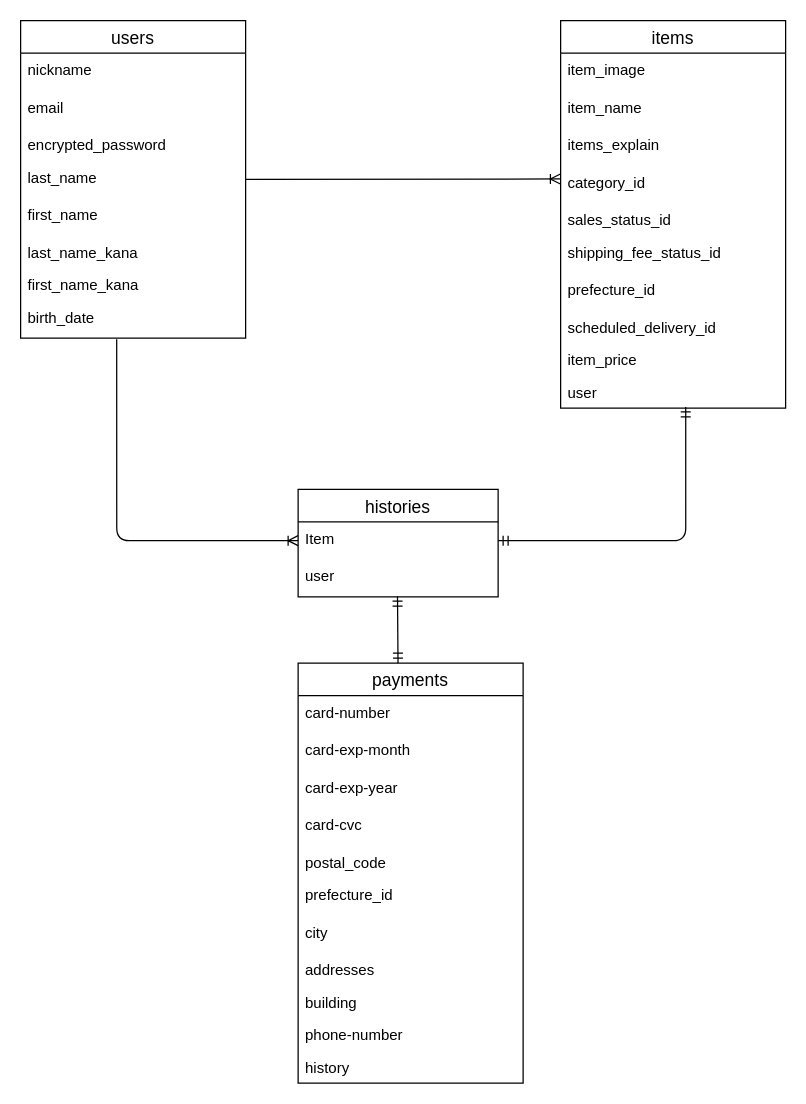
This is ER.dio from RcNgtm/furima-37770, a draw.io file, before an edit. Source tidied: cells renumbered, new cells numbered last; positions are measured from the earlier drawing's top-left corner, leaving out a move shared by most shapes. Both pictures are drawn from the tidied source at 125%, with x=0, y=0 at pixel (20, 20).
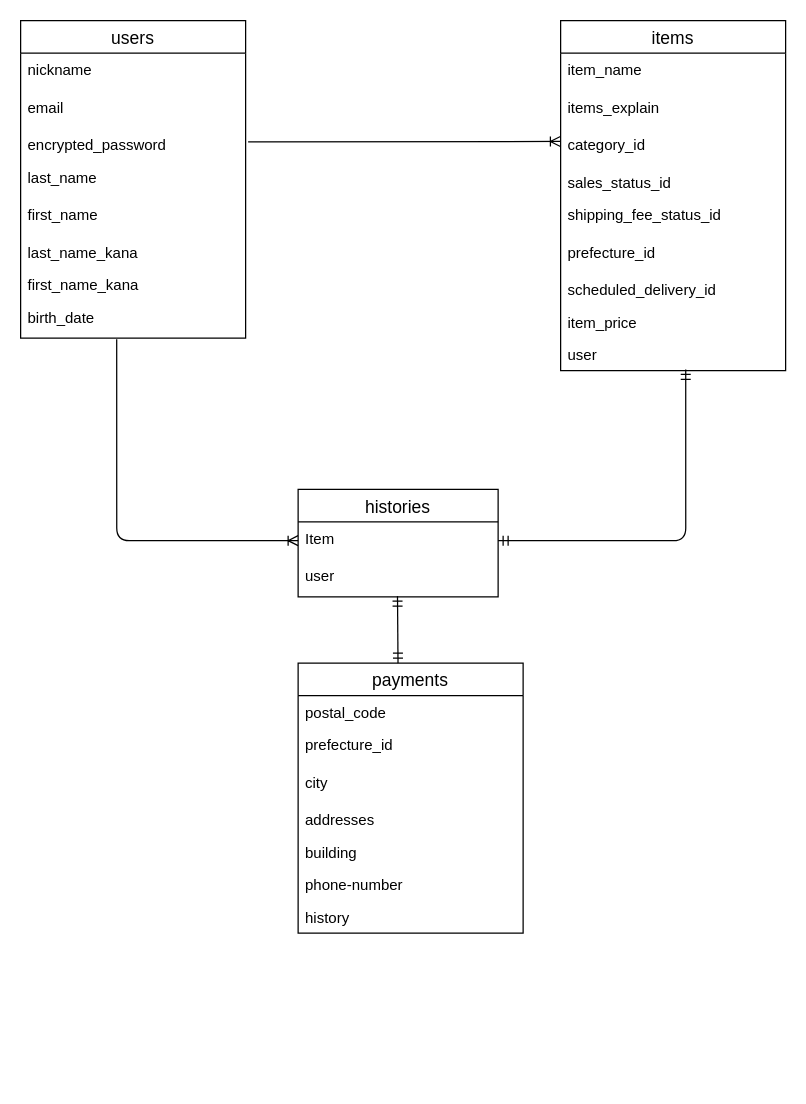
The same diagram, later.

Commit message:
データベース設計の修正③

The change refers to these unchanged cells:
```xml
<mxCell id="6" value="last_name" style="text;strokeColor=none;fillColor=none;spacingLeft=4;spacingRight=4;overflow=hidden;points=[[0,0.5],[1,0.5]];portConstraint=eastwest;fontSize=12;" parent="2" vertex="1">
  <mxGeometry y="112" width="180" height="30" as="geometry" />
</mxCell>
```

Diff of the diagram source:
```diff
@@
     <mxCell id="11" value="items" style="swimlane;fontStyle=0;horizontal=1;startSize=26;align=center;fontSize=14;" parent="1" vertex="1">
-      <mxGeometry x="432" width="180" height="310" as="geometry" />
+      <mxGeometry x="432" width="180" height="280" as="geometry" />
     </mxCell>
-    <mxCell id="12" value="item_image" style="text;strokeColor=none;fillColor=none;spacingLeft=4;spacingRight=4;overflow=hidden;fontSize=12;" parent="11" vertex="1">
-      <mxGeometry y="26" width="180" height="30" as="geometry" />
-    </mxCell>
     <mxCell id="13" value="item_name" style="text;strokeColor=none;fillColor=none;spacingLeft=4;spacingRight=4;overflow=hidden;fontSize=12;" parent="11" vertex="1">
-      <mxGeometry y="56" width="180" height="30" as="geometry" />
+      <mxGeometry y="26" width="180" height="30" as="geometry" />
     </mxCell>
     <mxCell id="14" value="items_explain" style="text;strokeColor=none;fillColor=none;spacingLeft=4;spacingRight=4;overflow=hidden;fontSize=12;" parent="11" vertex="1">
-      <mxGeometry y="86" width="180" height="30" as="geometry" />
+      <mxGeometry y="56" width="180" height="30" as="geometry" />
     </mxCell>
     <mxCell id="15" value="category_id" style="text;strokeColor=none;fillColor=none;spacingLeft=4;spacingRight=4;overflow=hidden;points=[[0,0.5],[1,0.5]];portConstraint=eastwest;fontSize=12;" parent="11" vertex="1">
-      <mxGeometry y="116" width="180" height="30" as="geometry" />
+      <mxGeometry y="86" width="180" height="30" as="geometry" />
     </mxCell>
     <mxCell id="16" value="sales_status_id" style="text;strokeColor=none;fillColor=none;spacingLeft=4;spacingRight=4;overflow=hidden;fontSize=12;" parent="11" vertex="1">
-      <mxGeometry y="146" width="180" height="26" as="geometry" />
+      <mxGeometry y="116" width="180" height="26" as="geometry" />
     </mxCell>
     <mxCell id="17" value="shipping_fee_status_id" style="text;strokeColor=none;fillColor=none;spacingLeft=4;spacingRight=4;overflow=hidden;fontSize=12;" parent="11" vertex="1">
-      <mxGeometry y="172" width="180" height="30" as="geometry" />
+      <mxGeometry y="142" width="180" height="30" as="geometry" />
     </mxCell>
     <mxCell id="18" value="prefecture_id" style="text;strokeColor=none;fillColor=none;spacingLeft=4;spacingRight=4;overflow=hidden;fontSize=12;" parent="11" vertex="1">
-      <mxGeometry y="202" width="180" height="30" as="geometry" />
+      <mxGeometry y="172" width="180" height="30" as="geometry" />
     </mxCell>
     <mxCell id="19" value="scheduled_delivery_id" style="text;strokeColor=none;fillColor=none;spacingLeft=4;spacingRight=4;overflow=hidden;fontSize=12;" parent="11" vertex="1">
-      <mxGeometry y="232" width="180" height="26" as="geometry" />
+      <mxGeometry y="202" width="180" height="26" as="geometry" />
     </mxCell>
     <mxCell id="20" value="item_price" style="text;strokeColor=none;fillColor=none;spacingLeft=4;spacingRight=4;overflow=hidden;fontSize=12;" parent="11" vertex="1">
-      <mxGeometry y="258" width="180" height="26" as="geometry" />
+      <mxGeometry y="228" width="180" height="26" as="geometry" />
     </mxCell>
     <mxCell id="21" value="user" style="text;strokeColor=none;fillColor=none;spacingLeft=4;spacingRight=4;overflow=hidden;points=[[0,0.5],[1,0.5]];portConstraint=eastwest;fontSize=12;" parent="11" vertex="1">
-      <mxGeometry y="284" width="180" height="26" as="geometry" />
+      <mxGeometry y="254" width="180" height="26" as="geometry" />
     </mxCell>
     <mxCell id="22" value="payments" style="swimlane;fontStyle=0;horizontal=1;startSize=26;align=center;fontSize=14;" parent="1" vertex="1">
-      <mxGeometry x="222" y="514" width="180" height="336" as="geometry" />
+      <mxGeometry x="222" y="514" width="180" height="216" as="geometry" />
     </mxCell>
-    <mxCell id="23" value="card-number" style="text;strokeColor=none;fillColor=none;spacingLeft=4;spacingRight=4;overflow=hidden;fontSize=12;" parent="22" vertex="1">
-      <mxGeometry y="26" width="180" height="30" as="geometry" />
-    </mxCell>
-    <mxCell id="24" value="card-exp-month" style="text;strokeColor=none;fillColor=none;spacingLeft=4;spacingRight=4;overflow=hidden;fontSize=12;" parent="22" vertex="1">
-      <mxGeometry y="56" width="180" height="30" as="geometry" />
-    </mxCell>
-    <mxCell id="25" value="card-exp-year" style="text;strokeColor=none;fillColor=none;spacingLeft=4;spacingRight=4;overflow=hidden;fontSize=12;" parent="22" vertex="1">
-      <mxGeometry y="86" width="180" height="30" as="geometry" />
-    </mxCell>
-    <mxCell id="26" value="card-cvc" style="text;strokeColor=none;fillColor=none;spacingLeft=4;spacingRight=4;overflow=hidden;fontSize=12;" parent="22" vertex="1">
-      <mxGeometry y="116" width="180" height="30" as="geometry" />
-    </mxCell>
     <mxCell id="27" value="postal_code" style="text;strokeColor=none;fillColor=none;spacingLeft=4;spacingRight=4;overflow=hidden;fontSize=12;" parent="22" vertex="1">
-      <mxGeometry y="146" width="180" height="26" as="geometry" />
+      <mxGeometry y="26" width="180" height="26" as="geometry" />
     </mxCell>
     <mxCell id="28" value="prefecture_id    " style="text;strokeColor=none;fillColor=none;spacingLeft=4;spacingRight=4;overflow=hidden;fontSize=12;" parent="22" vertex="1">
-      <mxGeometry y="172" width="180" height="30" as="geometry" />
+      <mxGeometry y="52" width="180" height="30" as="geometry" />
     </mxCell>
     <mxCell id="29" value="city" style="text;strokeColor=none;fillColor=none;spacingLeft=4;spacingRight=4;overflow=hidden;fontSize=12;" parent="22" vertex="1">
-      <mxGeometry y="202" width="180" height="30" as="geometry" />
+      <mxGeometry y="82" width="180" height="30" as="geometry" />
     </mxCell>
     <mxCell id="30" value="addresses" style="text;strokeColor=none;fillColor=none;spacingLeft=4;spacingRight=4;overflow=hidden;fontSize=12;" parent="22" vertex="1">
-      <mxGeometry y="232" width="180" height="26" as="geometry" />
+      <mxGeometry y="112" width="180" height="26" as="geometry" />
     </mxCell>
     <mxCell id="31" value="building" style="text;strokeColor=none;fillColor=none;spacingLeft=4;spacingRight=4;overflow=hidden;fontSize=12;" parent="22" vertex="1">
-      <mxGeometry y="258" width="180" height="26" as="geometry" />
+      <mxGeometry y="138" width="180" height="26" as="geometry" />
     </mxCell>
     <mxCell id="32" value="phone-number" style="text;strokeColor=none;fillColor=none;spacingLeft=4;spacingRight=4;overflow=hidden;fontSize=12;" parent="22" vertex="1">
-      <mxGeometry y="284" width="180" height="26" as="geometry" />
+      <mxGeometry y="164" width="180" height="26" as="geometry" />
     </mxCell>
     <mxCell id="33" value="history" style="text;strokeColor=none;fillColor=none;spacingLeft=4;spacingRight=4;overflow=hidden;fontSize=12;" parent="22" vertex="1">
-      <mxGeometry y="310" width="180" height="26" as="geometry" />
+      <mxGeometry y="190" width="180" height="26" as="geometry" />
     </mxCell>
@@
-    <mxCell id="35" style="fontSize=12;html=1;endArrow=ERoneToMany;exitX=1;exitY=0.5;exitDx=0;exitDy=0;entryX=-0.001;entryY=0.356;entryDx=0;entryDy=0;entryPerimeter=0;" parent="1" edge="1" source="6" target="15">
-      <mxGeometry relative="1" as="geometry" />
+    <mxCell id="35" style="fontSize=12;html=1;endArrow=ERoneToMany;entryX=-0.001;entryY=0.356;entryDx=0;entryDy=0;entryPerimeter=0;" parent="1" edge="1" target="15">
+      <mxGeometry relative="1" as="geometry">
+        <mxPoint x="182" y="97" as="sourcePoint" />
+      </mxGeometry>
     </mxCell>
```
